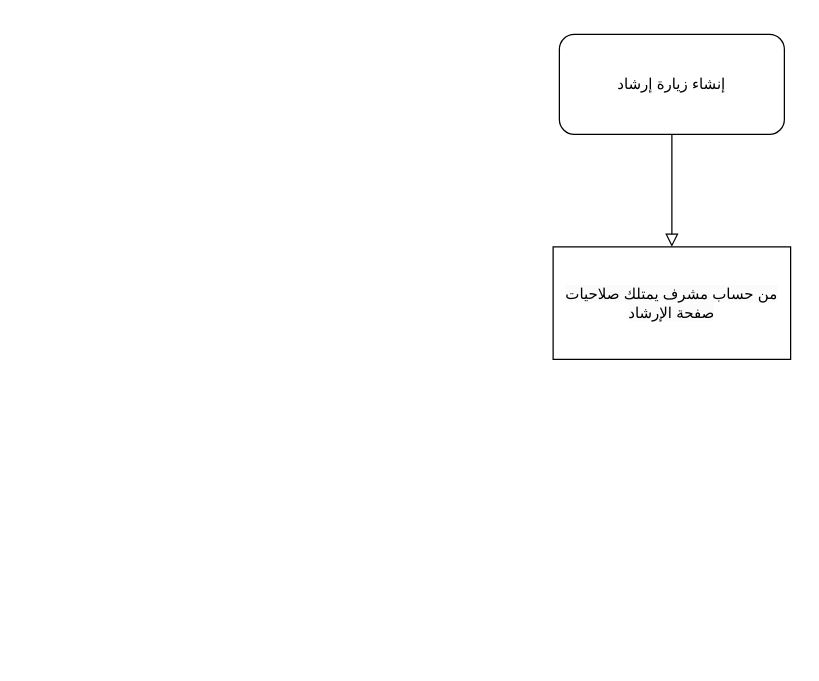
The draw.io diagram Untitled Diagram.drawio in Meklad/Flowcahrts, before the edit. Source tidied: cells renumbered, new cells numbered last; positions are measured from the earlier drawing's top-left corner, leaving out a move shared by most shapes. Both pictures are drawn from the tidied source at 125%, with x=0, y=0 at pixel (552, 34).
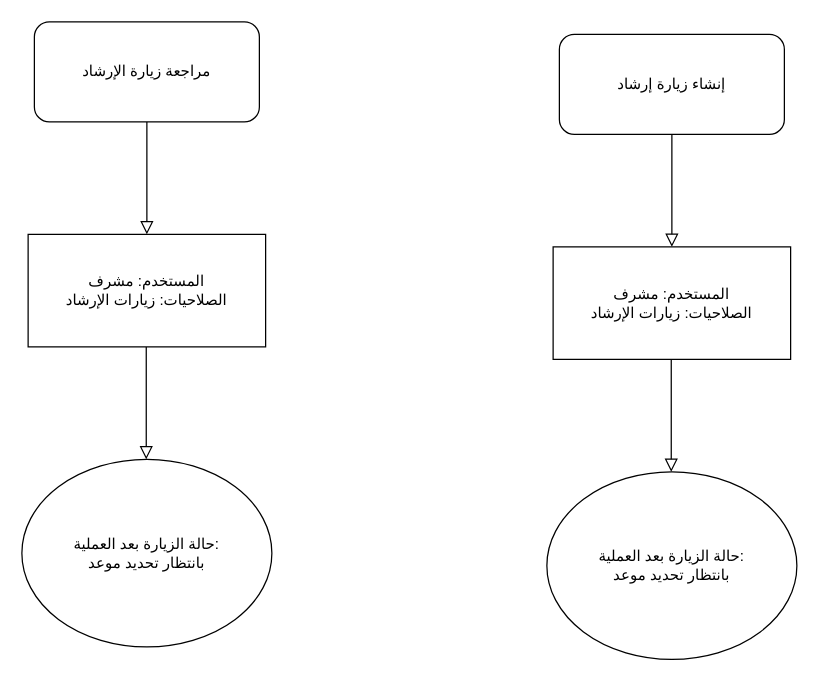
Above is the later version.

Commit message:
Finish Supervisor create visit

The edit, as a diff of the source:
```diff
@@
 <mxGraphModel>
   <root>
     <mxCell id="0" />
     <mxCell id="1" parent="0" />
     <mxCell id="2" style="rounded=0;html=1;jettySize=auto;fontSize=11;endArrow=block;endFill=0;endSize=8;strokeWidth=1;shadow=0;labelBackgroundColor=none;edgeStyle=orthogonalEdgeStyle;" parent="1" edge="1" source="3">
       <mxGeometry relative="1" as="geometry">
         <mxPoint x="95" y="170" as="targetPoint" />
       </mxGeometry>
     </mxCell>
     <mxCell id="3" value="إنشاء زيارة إرشاد" style="rounded=1;whiteSpace=wrap;html=1;fontSize=12;glass=0;strokeWidth=1;shadow=0;" parent="1" vertex="1">
       <mxGeometry x="5" width="180" height="80" as="geometry" />
     </mxCell>
-    <mxCell id="4" value="&lt;span style=&quot;color: rgb(0, 0, 0); font-family: Helvetica; font-size: 12px; font-style: normal; font-variant-ligatures: normal; font-variant-caps: normal; font-weight: 400; letter-spacing: normal; orphans: 2; text-align: center; text-indent: 0px; text-transform: none; widows: 2; word-spacing: 0px; -webkit-text-stroke-width: 0px; background-color: rgb(251, 251, 251); text-decoration-thickness: initial; text-decoration-style: initial; text-decoration-color: initial; float: none; display: inline !important;&quot;&gt;من حساب مشرف يمتلك صلاحيات صفحة الإرشاد&lt;/span&gt;" style="rounded=0;whiteSpace=wrap;html=1;" parent="1" vertex="1">
+    <mxCell id="4" value="المستخدم: مشرف&lt;br&gt;الصلاحيات:&amp;nbsp;زيارات الإرشاد" style="rounded=0;whiteSpace=wrap;html=1;" parent="1" vertex="1">
       <mxGeometry y="170" width="190" height="90" as="geometry" />
     </mxCell>
+    <mxCell id="5" style="rounded=0;html=1;jettySize=auto;orthogonalLoop=1;fontSize=11;endArrow=block;endFill=0;endSize=8;strokeWidth=1;shadow=0;labelBackgroundColor=none;edgeStyle=orthogonalEdgeStyle;" parent="1" edge="1">
+      <mxGeometry relative="1" as="geometry">
+        <mxPoint x="94.5" y="260" as="sourcePoint" />
+        <mxPoint x="94.5" y="350" as="targetPoint" />
+      </mxGeometry>
+    </mxCell>
+    <mxCell id="6" style="rounded=0;html=1;jettySize=auto;fontSize=11;endArrow=block;endFill=0;endSize=8;strokeWidth=1;shadow=0;labelBackgroundColor=none;edgeStyle=orthogonalEdgeStyle;" parent="1" edge="1" source="7">
+      <mxGeometry relative="1" as="geometry">
+        <mxPoint x="-325" y="160" as="targetPoint" />
+      </mxGeometry>
+    </mxCell>
+    <mxCell id="7" value="مراجعة زيارة الإرشاد" style="rounded=1;whiteSpace=wrap;html=1;fontSize=12;glass=0;strokeWidth=1;shadow=0;" parent="1" vertex="1">
+      <mxGeometry x="-415" y="-10" width="180" height="80" as="geometry" />
+    </mxCell>
+    <mxCell id="8" value="المستخدم: مشرف&lt;br&gt;الصلاحيات:&amp;nbsp;زيارات الإرشاد" style="rounded=0;whiteSpace=wrap;html=1;" parent="1" vertex="1">
+      <mxGeometry x="-420" y="160" width="190" height="90" as="geometry" />
+    </mxCell>
+    <mxCell id="9" style="rounded=0;html=1;jettySize=auto;orthogonalLoop=1;fontSize=11;endArrow=block;endFill=0;endSize=8;strokeWidth=1;shadow=0;labelBackgroundColor=none;edgeStyle=orthogonalEdgeStyle;" parent="1" edge="1">
+      <mxGeometry relative="1" as="geometry">
+        <mxPoint x="-325.5" y="250" as="sourcePoint" />
+        <mxPoint x="-325.5" y="340" as="targetPoint" />
+      </mxGeometry>
+    </mxCell>
+    <mxCell id="10" value="حالة الزيارة بعد العملية:&lt;br style=&quot;border-color: var(--border-color);&quot;&gt;بانتظار تحديد موعد" style="ellipse;whiteSpace=wrap;html=1;" parent="1" vertex="1">
+      <mxGeometry x="-425" y="340" width="200" height="150" as="geometry" />
+    </mxCell>
+    <mxCell id="11" value="حالة الزيارة بعد العملية:&lt;br style=&quot;border-color: var(--border-color);&quot;&gt;بانتظار تحديد موعد" style="ellipse;whiteSpace=wrap;html=1;" parent="1" vertex="1">
+      <mxGeometry x="-5" y="350" width="200" height="150" as="geometry" />
+    </mxCell>
   </root>
 </mxGraphModel>
```
